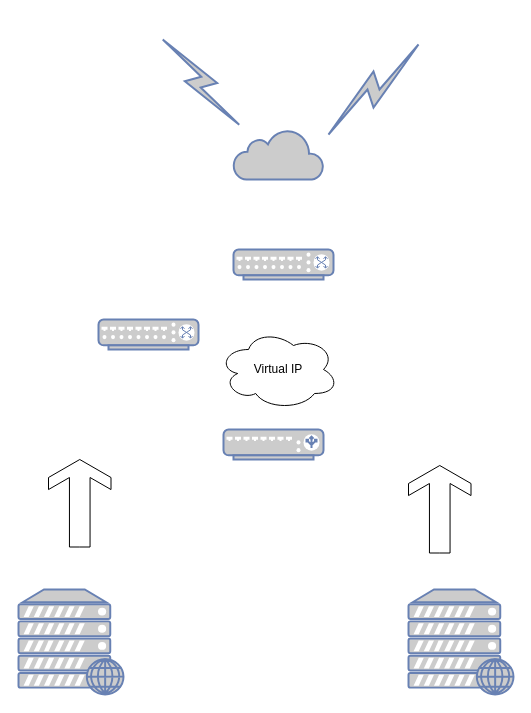
Above: network-architecture-load-balancing.drawio in owen-rich/Network-Security (draw.io), before the change. Source tidied: cells renumbered, new cells numbered last; positions are measured from the earlier drawing's top-left corner, leaving out a move shared by most shapes. Both pictures are drawn from the tidied source at 100%, with x=0, y=0 at pixel (18, 34).
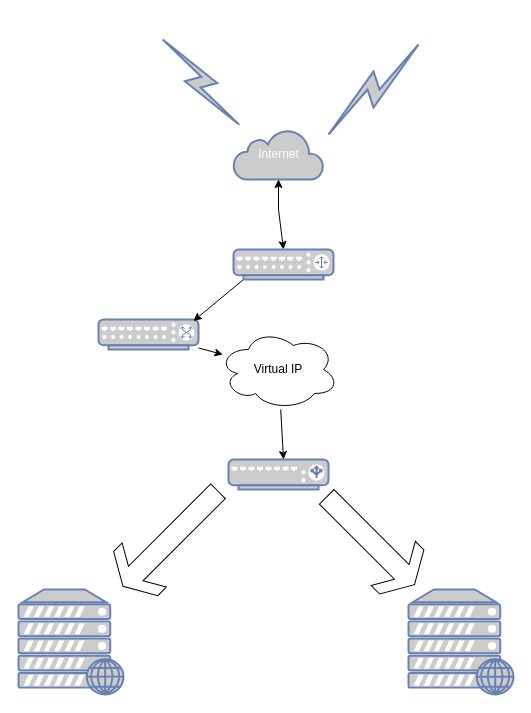
The same diagram, later.

Unchanged cells that the change refers to:
```xml
<mxCell id="11" style="fontColor=#0066CC;verticalAlign=top;verticalLabelPosition=bottom;labelPosition=center;align=center;html=1;outlineConnect=0;fillColor=#CCCCCC;strokeColor=#6881B3;gradientColor=none;gradientDirection=north;strokeWidth=2;shape=mxgraph.networks.switch;" parent="1" vertex="1">
  <mxGeometry x="80" y="285" width="100" height="30" as="geometry" />
</mxCell>
<mxCell id="12" value="Virtual IP" style="ellipse;shape=cloud;whiteSpace=wrap;html=1;" parent="1" vertex="1">
  <mxGeometry x="200" y="295" width="120" height="80" as="geometry" />
</mxCell>
```

What changed in the source:
```diff
@@
     <mxCell id="2" style="fontColor=#0066CC;verticalAlign=top;verticalLabelPosition=bottom;labelPosition=center;align=center;html=1;fillColor=#CCCCCC;strokeColor=#6881B3;gradientColor=none;gradientDirection=north;strokeWidth=2;shape=mxgraph.networks.load_balancer;" parent="1" vertex="1">
-      <mxGeometry x="205" y="395" width="100" height="30" as="geometry" />
+      <mxGeometry x="210" y="425" width="100" height="30" as="geometry" />
     </mxCell>
@@
-    <mxCell id="5" style="html=1;outlineConnect=0;fillColor=#CCCCCC;strokeColor=#6881B3;gradientColor=none;gradientDirection=north;strokeWidth=2;shape=mxgraph.networks.cloud;fontColor=#ffffff;" parent="1" vertex="1">
+    <mxCell id="5" value="Internet" style="html=1;outlineConnect=0;fillColor=#CCCCCC;strokeColor=#6881B3;gradientColor=none;gradientDirection=north;strokeWidth=2;shape=mxgraph.networks.cloud;fontColor=#ffffff;" parent="1" vertex="1">
       <mxGeometry x="215" y="95" width="90" height="50" as="geometry" />
     </mxCell>
@@
-    <mxCell id="8" style="html=1;shadow=0;dashed=0;align=center;verticalAlign=middle;shape=mxgraph.arrows2.sharpArrow;dy1=0.67;dx1=18;dx2=18;notch=0;direction=north;" parent="1" vertex="1">
-      <mxGeometry x="30" y="425" width="62.5" height="87.5" as="geometry" />
-    </mxCell>
-    <mxCell id="9" style="html=1;shadow=0;dashed=0;align=center;verticalAlign=middle;shape=mxgraph.arrows2.sharpArrow;dy1=0.67;dx1=18;dx2=18;notch=0;direction=north;" parent="1" vertex="1">
-      <mxGeometry x="390" y="431" width="62.5" height="87.5" as="geometry" />
+    <mxCell id="9" style="html=1;shadow=0;dashed=0;align=center;verticalAlign=middle;shape=mxgraph.arrows2.sharpArrow;dy1=0.67;dx1=18;dx2=18;notch=0;direction=east;rotation=45;" parent="1" vertex="1">
+      <mxGeometry x="290" y="475" width="124.2" height="62.5" as="geometry" />
     </mxCell>
-    <mxCell id="10" style="fontColor=#0066CC;verticalAlign=top;verticalLabelPosition=bottom;labelPosition=center;align=center;html=1;fillColor=#CCCCCC;strokeColor=#6881B3;gradientColor=none;gradientDirection=north;strokeWidth=2;shape=mxgraph.networks.switch;" parent="1" vertex="1">
-      <mxGeometry x="215" y="215" width="100" height="30" as="geometry" />
-    </mxCell>
@@
+    <mxCell id="13" style="html=1;shadow=0;dashed=0;align=center;verticalAlign=middle;shape=mxgraph.arrows2.sharpArrow;dy1=0.67;dx1=18;dx2=18;notch=0;direction=east;rotation=-225;" parent="1" vertex="1">
+      <mxGeometry x="84.8" y="473" width="134.4" height="62.5" as="geometry" />
+    </mxCell>
+    <mxCell id="14" style="endArrow=classic;html=1;rounded=0;" parent="1" edge="1" source="12">
+      <mxGeometry relative="1" as="geometry">
+        <mxPoint x="265" y="425" as="targetPoint" />
+      </mxGeometry>
+    </mxCell>
+    <mxCell id="15" style="endArrow=classic;html=1;rounded=0;" parent="1" edge="1" source="11" target="12">
+      <mxGeometry relative="1" as="geometry" />
+    </mxCell>
+    <mxCell id="16" style="endArrow=classic;html=1;rounded=0;entryX=0.95;entryY=0.05;entryDx=0;entryDy=0;entryPerimeter=0;exitX=0.1;exitY=1;exitDx=0;exitDy=0;exitPerimeter=0;" parent="1" edge="1" source="18" target="11">
+      <mxGeometry relative="1" as="geometry" />
+    </mxCell>
+    <mxCell id="17" style="endArrow=classic;startArrow=classic;html=1;rounded=0;exitX=0.5;exitY=0;exitDx=0;exitDy=0;exitPerimeter=0;" parent="1" edge="1" source="18" target="5">
+      <mxGeometry relative="1" as="geometry">
+        <Array as="points">
+          <mxPoint x="260" y="175" />
+        </Array>
+      </mxGeometry>
+    </mxCell>
+    <mxCell id="18" style="fontColor=#0066CC;verticalAlign=top;verticalLabelPosition=bottom;labelPosition=center;align=center;html=1;outlineConnect=0;fillColor=#CCCCCC;strokeColor=#6881B3;gradientColor=none;gradientDirection=north;strokeWidth=2;shape=mxgraph.networks.router;" parent="1" vertex="1">
+      <mxGeometry x="215" y="215" width="100" height="30" as="geometry" />
+    </mxCell>
```
